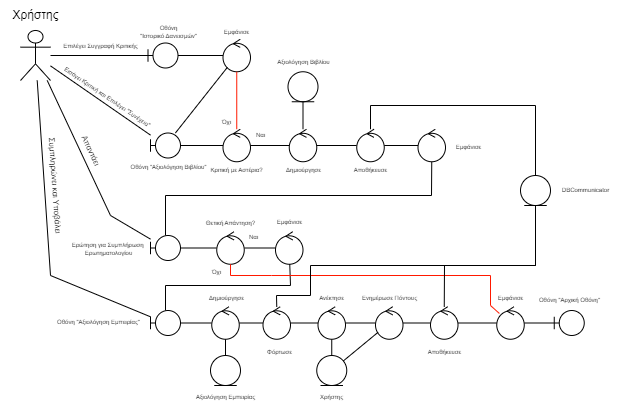
Before: 2nd Assignment/Robustness Diagrams/Robustness-Diagram-v0.1-Αξιολόγηση Βιβλίου και Εμπειρίας.png, a diagram exported from draw.io (CallMeJasonYT/LibraVision). Source tidied: cells renumbered, new cells last; positions are measured from the earlier drawing's top-left corner, leaving out a move shared by most shapes.
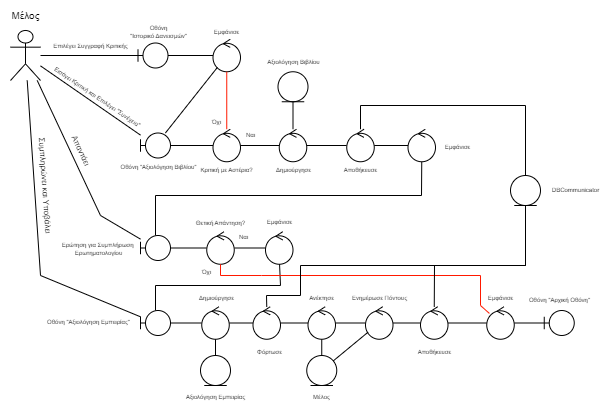
Later version of the same file.

What changed in the source:
```diff
@@ -59,8 +59,8 @@
         </Array>
       </mxGeometry>
     </mxCell>
-    <mxCell id="18" value="Χρήστης" style="text;html=1;align=center;verticalAlign=middle;strokeColor=none;fillColor=none;" parent="1" vertex="1">
-      <mxGeometry x="5" width="70" height="30" as="geometry" />
+    <mxCell id="18" value="&lt;span style=&quot;font-size: 10px;&quot;&gt;Μέλος&lt;/span&gt;" style="text;html=1;align=center;verticalAlign=middle;strokeColor=none;fillColor=none;" parent="1" vertex="1">
+      <mxGeometry x="15" width="50" height="30" as="geometry" />
     </mxCell>
     <mxCell id="19" style="ellipse;shape=umlControl;whiteSpace=wrap;html=1;" parent="1" vertex="1">
       <mxGeometry x="501.2" y="306.2" width="27.5" height="32.5" as="geometry" />
@@ -268,7 +268,7 @@
     <mxCell id="78" style="ellipse;shape=umlEntity;whiteSpace=wrap;html=1;" parent="1" vertex="1">
       <mxGeometry x="321.2" y="355" width="30" height="30" as="geometry" />
     </mxCell>
-    <mxCell id="79" value="&lt;span style=&quot;font-size: 6px;&quot;&gt;Χρήστης&lt;/span&gt;" style="text;html=1;align=center;verticalAlign=middle;strokeColor=none;fillColor=none;spacing=0;" parent="1" vertex="1">
+    <mxCell id="79" value="&lt;span style=&quot;font-size: 6px;&quot;&gt;Μέλος&lt;/span&gt;" style="text;html=1;align=center;verticalAlign=middle;strokeColor=none;fillColor=none;spacing=0;" parent="1" vertex="1">
       <mxGeometry x="316.2" y="385" width="40" height="20" as="geometry" />
     </mxCell>
     <mxCell id="80" style="endArrow=none;html=1;rounded=0;endFill=0;" parent="1" edge="1" source="74" target="81">
```
